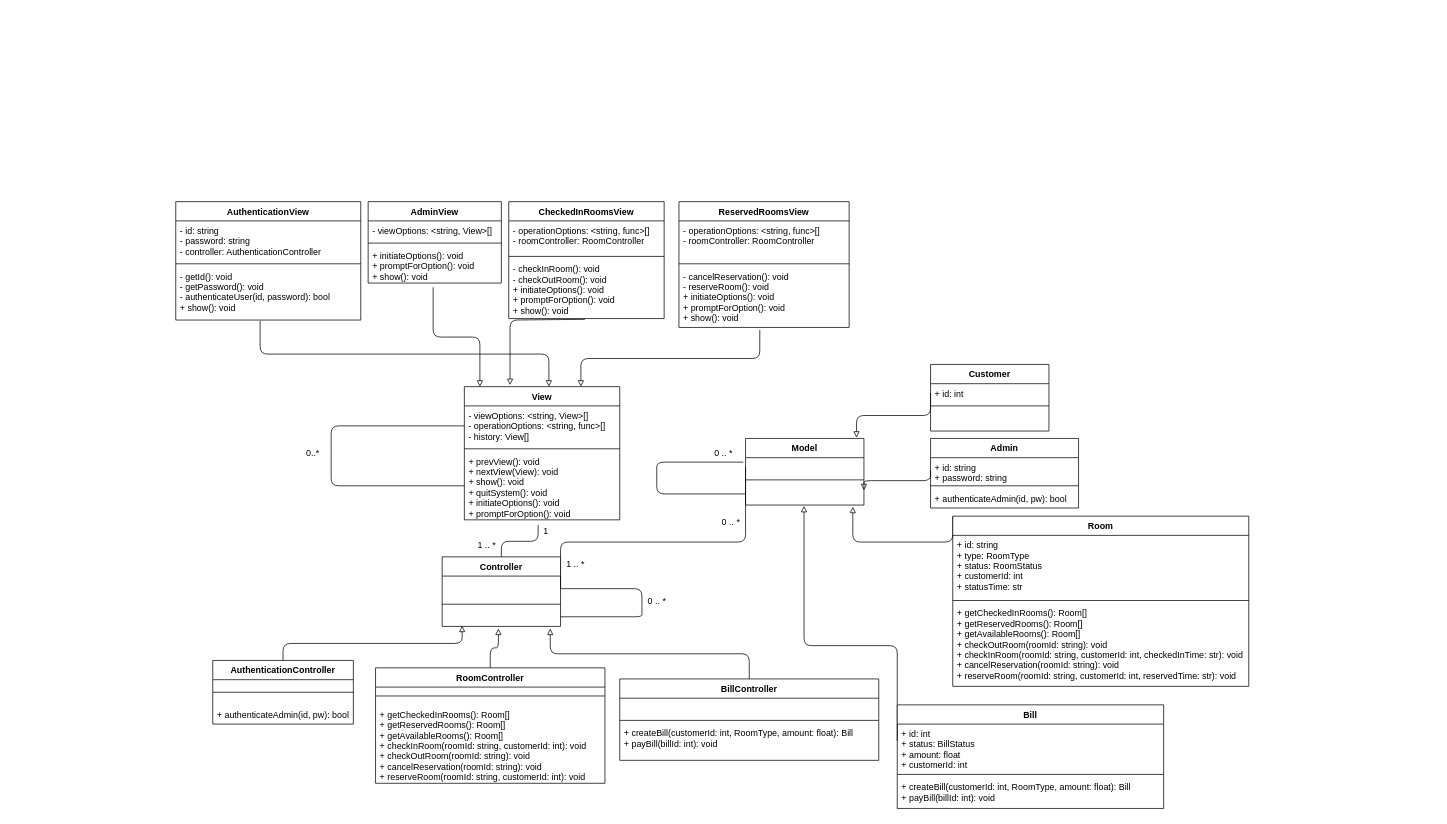
Above: Diagrams/ClassDiagram/Class Diagram.drawio in mclhtay/CS4471 (draw.io), before the change. Source tidied: cells renumbered, new cells numbered last; positions are measured from the earlier drawing's top-left corner, leaving out a move shared by most shapes. Both pictures are drawn from the tidied source at 74%, with x=0, y=0 at pixel (175, 201).
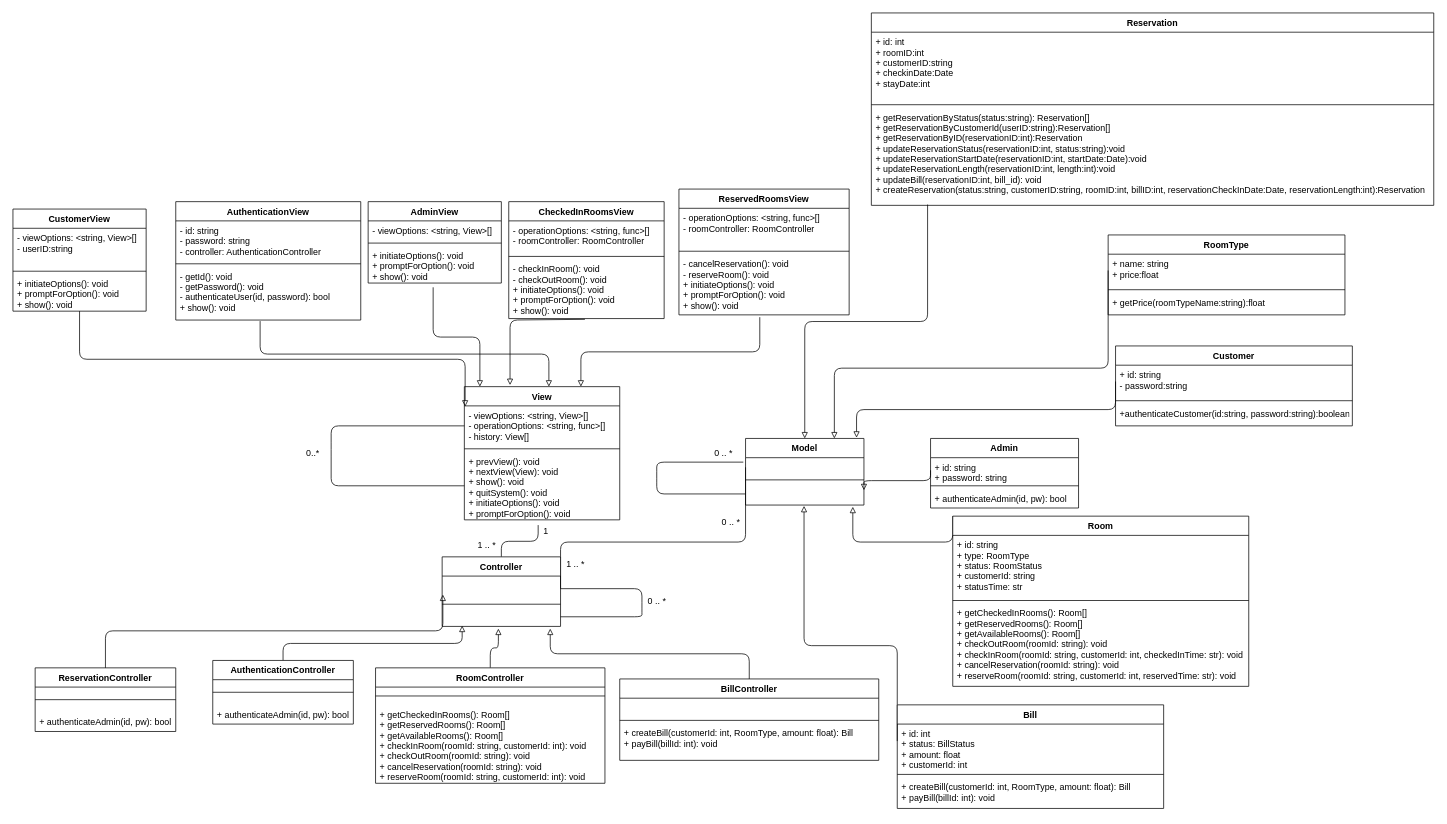
After the change.

Commit message (it also covers changes not shown here):
add the user side component to the usecase, class, and system architecture diagram

add the user side component to the usecase, class, and system architecture diagram

Unchanged cells that the change refers to:
```xml
<mxCell id="20" value="View" style="swimlane;fontStyle=1;align=center;verticalAlign=top;horizontal=1;startSize=26;" parent="1" vertex="1">
  <mxGeometry x="390" y="250" width="210" height="180" as="geometry" />
</mxCell>
<mxCell id="26" value=" &#10;" style="text;strokeColor=none;fillColor=none;align=left;verticalAlign=top;spacingLeft=4;spacingRight=4;overflow=hidden;points=[[0,0.5],[1,0.5]];portConstraint=eastwest;" parent="25" vertex="1">
  <mxGeometry y="26" width="160" height="34" as="geometry" />
</mxCell>
<mxCell id="34" value="Model" style="swimlane;fontStyle=1;align=center;verticalAlign=top;horizontal=1;startSize=26;" parent="1" vertex="1">
  <mxGeometry x="770" y="320" width="160" height="90" as="geometry" />
</mxCell>
<mxCell id="75" value="Room" style="swimlane;fontStyle=1;align=center;verticalAlign=top;horizontal=1;startSize=26;" parent="1" vertex="1">
  <mxGeometry x="1050" y="425" width="400" height="230" as="geometry" />
</mxCell>
```

Change to the diagram source:
```diff
@@
     <mxCell id="30" value="Customer" style="swimlane;fontStyle=1;align=center;verticalAlign=top;horizontal=1;startSize=26;" parent="1" vertex="1">
-      <mxGeometry x="1020" y="220" width="160" height="90" as="geometry" />
+      <mxGeometry x="1270" y="195" width="320" height="108" as="geometry" />
     </mxCell>
-    <mxCell id="31" value="+ id: int&#10;" style="text;strokeColor=none;fillColor=none;align=left;verticalAlign=top;spacingLeft=4;spacingRight=4;overflow=hidden;points=[[0,0.5],[1,0.5]];portConstraint=eastwest;" parent="30" vertex="1">
-      <mxGeometry y="26" width="160" height="26" as="geometry" />
+    <mxCell id="31" value="+ id: string&#10;- password:string" style="text;strokeColor=none;fillColor=none;align=left;verticalAlign=top;spacingLeft=4;spacingRight=4;overflow=hidden;points=[[0,0.5],[1,0.5]];portConstraint=eastwest;" parent="30" vertex="1">
+      <mxGeometry y="26" width="320" height="44" as="geometry" />
     </mxCell>
     <mxCell id="32" style="line;strokeWidth=1;fillColor=none;align=left;verticalAlign=middle;spacingTop=-1;spacingLeft=3;spacingRight=3;labelPosition=right;" parent="30" vertex="1">
-      <mxGeometry y="52" width="160" height="8" as="geometry" />
+      <mxGeometry y="70" width="320" height="8" as="geometry" />
     </mxCell>
-    <mxCell id="33" value=" &#10;" style="text;strokeColor=none;fillColor=none;align=left;verticalAlign=top;spacingLeft=4;spacingRight=4;overflow=hidden;" parent="30" vertex="1">
-      <mxGeometry y="60" width="160" height="30" as="geometry" />
+    <mxCell id="33" value="+authenticateCustomer(id:string, password:string):boolean" style="text;strokeColor=none;fillColor=none;align=left;verticalAlign=top;spacingLeft=4;spacingRight=4;overflow=hidden;" parent="30" vertex="1">
+      <mxGeometry y="78" width="320" height="30" as="geometry" />
     </mxCell>
@@
     <mxCell id="47" value="ReservedRoomsView" style="swimlane;fontStyle=1;align=center;verticalAlign=top;horizontal=1;startSize=26;" parent="1" vertex="1">
-      <mxGeometry x="680" width="230" height="170" as="geometry" />
+      <mxGeometry x="680" y="-17" width="230" height="170" as="geometry" />
     </mxCell>
@@
-    <mxCell id="76" value="+ id: string&#10;+ type: RoomType&#10;+ status: RoomStatus&#10;+ customerId: int&#10;+ statusTime: str&#10;" style="text;strokeColor=none;fillColor=none;align=left;verticalAlign=top;spacingLeft=4;spacingRight=4;overflow=hidden;" parent="75" vertex="1">
+    <mxCell id="76" value="+ id: string&#10;+ type: RoomType&#10;+ status: RoomStatus&#10;+ customerId: string&#10;+ statusTime: str&#10;" style="text;strokeColor=none;fillColor=none;align=left;verticalAlign=top;spacingLeft=4;spacingRight=4;overflow=hidden;" parent="75" vertex="1">
       <mxGeometry y="26" width="400" height="84" as="geometry" />
     </mxCell>
@@
+    <mxCell id="79" value="ReservationController" style="swimlane;fontStyle=1;align=center;verticalAlign=top;horizontal=1;startSize=26;" parent="1" vertex="1">
+      <mxGeometry x="-190" y="630" width="190" height="86" as="geometry" />
+    </mxCell>
+    <mxCell id="80" value=" &#10;" style="line;strokeWidth=1;fillColor=none;align=left;verticalAlign=middle;spacingTop=-1;spacingLeft=3;spacingRight=3;labelPosition=right;" parent="79" vertex="1">
+      <mxGeometry y="26" width="190" height="34" as="geometry" />
+    </mxCell>
+    <mxCell id="81" value="+ authenticateAdmin(id, pw): bool" style="text;strokeColor=none;fillColor=none;align=left;verticalAlign=top;spacingLeft=4;spacingRight=4;overflow=hidden;" parent="79" vertex="1">
+      <mxGeometry y="60" width="190" height="26" as="geometry" />
+    </mxCell>
+    <mxCell id="82" value="Reservation" style="swimlane;fontStyle=1;align=center;verticalAlign=top;horizontal=1;startSize=26;" parent="1" vertex="1">
+      <mxGeometry x="940" y="-255" width="760" height="260" as="geometry" />
+    </mxCell>
+    <mxCell id="83" value="+ id: int&#10;+ roomID:int&#10;+ customerID:string&#10;+ checkinDate:Date&#10;+ stayDate:int&#10;" style="text;strokeColor=none;fillColor=none;align=left;verticalAlign=top;spacingLeft=4;spacingRight=4;overflow=hidden;" parent="82" vertex="1">
+      <mxGeometry y="26" width="760" height="94" as="geometry" />
+    </mxCell>
+    <mxCell id="84" style="line;strokeWidth=1;fillColor=none;align=left;verticalAlign=middle;spacingTop=-1;spacingLeft=3;spacingRight=3;labelPosition=right;" parent="82" vertex="1">
+      <mxGeometry y="120" width="760" height="8" as="geometry" />
+    </mxCell>
+    <mxCell id="85" value="+ getReservationByStatus(status:string): Reservation[]&#10;+ getReservationByCustomerId(userID:string):Reservation[]&#10;+ getReservationByID(reservationID:int):Reservation&#10;+ updateReservationStatus(reservationID:int, status:string):void&#10;+ updateReservationStartDate(reservationID:int, startDate:Date):void&#10;+ updateReservationLength(reservationID:int, length:int):void&#10;+ updateBill(reservationID:int, bill_id): void&#10;+ createReservation(status:string, customerID:string, roomID:int, billID:int, reservationCheckInDate:Date, reservationLength:int):Reservation" style="text;strokeColor=none;fillColor=none;align=left;verticalAlign=top;spacingLeft=4;spacingRight=4;overflow=hidden;points=[[0,0.5],[1,0.5]];portConstraint=eastwest;" parent="82" vertex="1">
+      <mxGeometry y="128" width="760" height="132" as="geometry" />
+    </mxCell>
+    <mxCell id="86" value="RoomType" style="swimlane;fontStyle=1;align=center;verticalAlign=top;horizontal=1;startSize=26;" parent="1" vertex="1">
+      <mxGeometry x="1260" y="45" width="320" height="108" as="geometry" />
+    </mxCell>
+    <mxCell id="87" value="+ name: string&#10;+ price:float" style="text;strokeColor=none;fillColor=none;align=left;verticalAlign=top;spacingLeft=4;spacingRight=4;overflow=hidden;points=[[0,0.5],[1,0.5]];portConstraint=eastwest;" parent="86" vertex="1">
+      <mxGeometry y="26" width="320" height="44" as="geometry" />
+    </mxCell>
+    <mxCell id="88" style="line;strokeWidth=1;fillColor=none;align=left;verticalAlign=middle;spacingTop=-1;spacingLeft=3;spacingRight=3;labelPosition=right;" parent="86" vertex="1">
+      <mxGeometry y="70" width="320" height="8" as="geometry" />
+    </mxCell>
+    <mxCell id="89" value="+ getPrice(roomTypeName:string):float" style="text;strokeColor=none;fillColor=none;align=left;verticalAlign=top;spacingLeft=4;spacingRight=4;overflow=hidden;" parent="86" vertex="1">
+      <mxGeometry y="78" width="320" height="30" as="geometry" />
+    </mxCell>
+    <mxCell id="90" style="endArrow=block;html=1;endFill=0;edgeStyle=elbowEdgeStyle;elbow=vertical;exitX=0;exitY=0.5;exitDx=0;exitDy=0;entryX=0.75;entryY=0;entryDx=0;entryDy=0;" parent="1" edge="1" source="87" target="34">
+      <mxGeometry relative="1" as="geometry">
+        <Array as="points">
+          <mxPoint x="1080" y="225" />
+        </Array>
+      </mxGeometry>
+    </mxCell>
+    <mxCell id="91" style="endArrow=block;html=1;endFill=0;edgeStyle=elbowEdgeStyle;elbow=vertical;exitX=0.1;exitY=0.992;exitDx=0;exitDy=0;exitPerimeter=0;" parent="1" edge="1" source="85" target="34">
+      <mxGeometry relative="1" as="geometry" />
+    </mxCell>
+    <mxCell id="92" style="endArrow=block;html=1;endFill=0;edgeStyle=elbowEdgeStyle;elbow=vertical;entryX=0.006;entryY=0.735;entryDx=0;entryDy=0;entryPerimeter=0;" parent="1" edge="1" source="79" target="26">
+      <mxGeometry relative="1" as="geometry" />
+    </mxCell>
+    <mxCell id="93" value="CustomerView" style="swimlane;fontStyle=1;align=center;verticalAlign=top;horizontal=1;startSize=26;" parent="1" vertex="1">
+      <mxGeometry x="-220" y="10" width="180" height="138" as="geometry" />
+    </mxCell>
+    <mxCell id="94" value="- viewOptions: &lt;string, View&gt;[]&#10;- userID:string" style="text;strokeColor=none;fillColor=none;align=left;verticalAlign=top;spacingLeft=4;spacingRight=4;overflow=hidden;" parent="93" vertex="1">
+      <mxGeometry y="26" width="180" height="54" as="geometry" />
+    </mxCell>
+    <mxCell id="95" style="line;strokeWidth=1;fillColor=none;align=left;verticalAlign=middle;spacingTop=-1;spacingLeft=3;spacingRight=3;labelPosition=right;" parent="93" vertex="1">
+      <mxGeometry y="80" width="180" height="8" as="geometry" />
+    </mxCell>
+    <mxCell id="96" value="+ initiateOptions(): void&#10;+ promptForOption(): void&#10;+ show(): void" style="text;strokeColor=none;fillColor=none;align=left;verticalAlign=top;spacingLeft=4;spacingRight=4;overflow=hidden;points=[[0,0.5],[1,0.5]];portConstraint=eastwest;" parent="93" vertex="1">
+      <mxGeometry y="88" width="180" height="50" as="geometry" />
+    </mxCell>
+    <mxCell id="97" style="endArrow=block;html=1;endFill=0;edgeStyle=elbowEdgeStyle;elbow=vertical;entryX=0.005;entryY=0.15;entryDx=0;entryDy=0;entryPerimeter=0;" parent="1" edge="1" source="96" target="20">
+      <mxGeometry relative="1" as="geometry" />
+    </mxCell>
```
